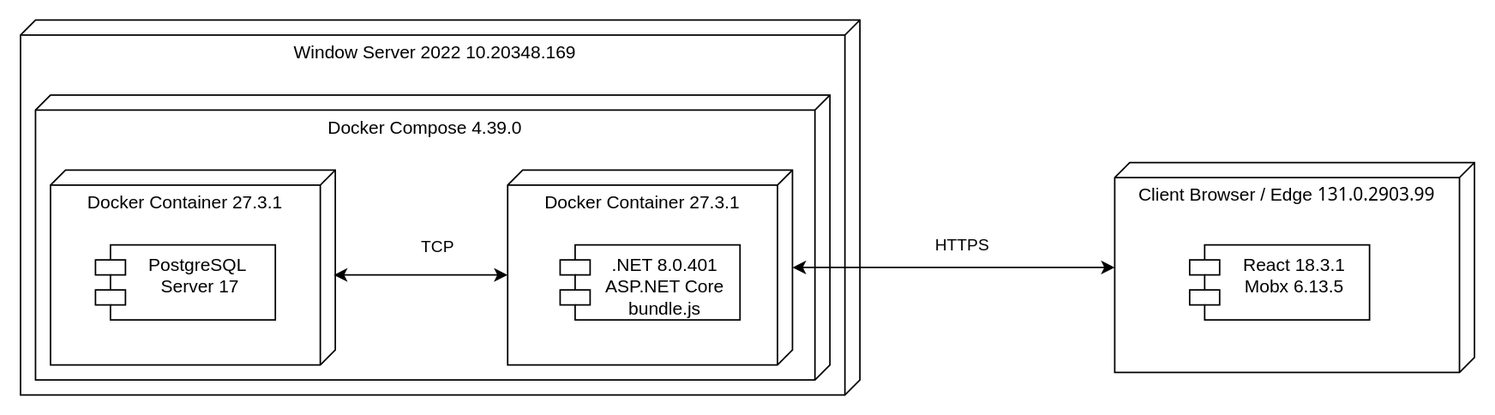
This is DEPLOY.drawio.svg from DioMain/BYTUBE, a draw.io export, as it was before one commit. Source tidied: cells renumbered, new cells last; positions are measured from the earlier drawing's top-left corner, leaving out a move shared by most shapes.
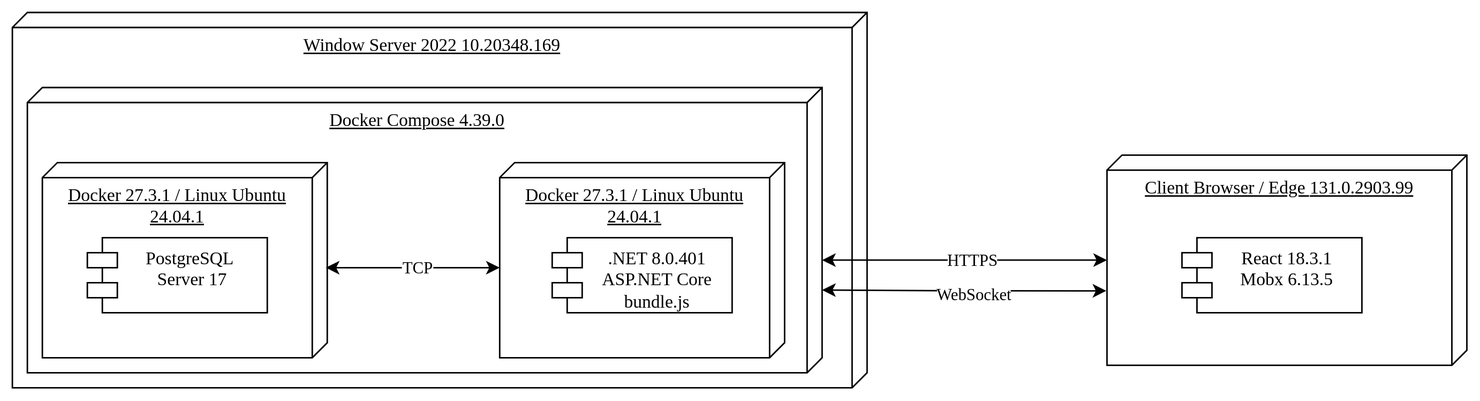
Later version of the same file.

Diff of the diagram source:
```diff
@@ -2,38 +2,43 @@
   <root>
     <mxCell id="0" />
     <mxCell id="1" parent="0" />
-    <mxCell id="2" value="&lt;div style=&quot;&quot;&gt;&amp;nbsp;Window Server 2022 10.20348.169&lt;/div&gt;" style="verticalAlign=top;align=center;spacingTop=8;spacingLeft=2;spacingRight=12;shape=cube;size=10;direction=south;fontStyle=0;html=1;whiteSpace=wrap;" parent="1" vertex="1">
-      <mxGeometry width="560" height="250" as="geometry" />
+    <mxCell id="2" value="&lt;div style=&quot;&quot;&gt;&lt;font face=&quot;Times New Roman&quot;&gt;Window Server 2022 10.20348.169&lt;/font&gt;&lt;/div&gt;" style="verticalAlign=top;align=center;spacingTop=8;spacingLeft=2;spacingRight=12;shape=cube;size=10;direction=south;fontStyle=4;html=1;whiteSpace=wrap;" parent="1" vertex="1">
+      <mxGeometry width="570" height="250" as="geometry" />
     </mxCell>
-    <mxCell id="3" value="&lt;div style=&quot;&quot;&gt;Docker Compose 4.39.0&lt;br&gt;&lt;/div&gt;" style="verticalAlign=top;align=center;spacingTop=8;spacingLeft=2;spacingRight=12;shape=cube;size=10;direction=south;fontStyle=0;html=1;whiteSpace=wrap;" parent="1" vertex="1">
+    <mxCell id="3" value="&lt;div style=&quot;&quot;&gt;&lt;font face=&quot;Times New Roman&quot;&gt;Docker Compose 4.39.0&lt;/font&gt;&lt;br&gt;&lt;/div&gt;" style="verticalAlign=top;align=center;spacingTop=8;spacingLeft=2;spacingRight=12;shape=cube;size=10;direction=south;fontStyle=4;html=1;whiteSpace=wrap;" parent="1" vertex="1">
       <mxGeometry x="10" y="50" width="530" height="190" as="geometry" />
     </mxCell>
-    <mxCell id="4" value="&lt;div style=&quot;&quot;&gt;Docker Container 27.3.1&lt;/div&gt;&lt;div style=&quot;&quot;&gt;&lt;br&gt;&lt;/div&gt;" style="verticalAlign=top;align=center;spacingTop=8;spacingLeft=2;spacingRight=12;shape=cube;size=10;direction=south;fontStyle=0;html=1;whiteSpace=wrap;" parent="1" vertex="1">
+    <mxCell id="4" value="&lt;div style=&quot;&quot;&gt;&lt;font face=&quot;Times New Roman&quot;&gt;Docker 27.3.1 / Linux Ubuntu 24.04.1&lt;/font&gt;&lt;/div&gt;&lt;div style=&quot;&quot;&gt;&lt;br&gt;&lt;/div&gt;" style="verticalAlign=top;align=center;spacingTop=8;spacingLeft=2;spacingRight=12;shape=cube;size=10;direction=south;fontStyle=4;html=1;whiteSpace=wrap;" parent="1" vertex="1">
       <mxGeometry x="20" y="100" width="190" height="130" as="geometry" />
     </mxCell>
-    <mxCell id="5" value="PostgreSQL&amp;nbsp;&lt;div&gt;Server 17&lt;/div&gt;" style="shape=module;align=left;spacingLeft=20;align=center;verticalAlign=top;whiteSpace=wrap;html=1;" parent="1" vertex="1">
+    <mxCell id="5" value="&lt;font face=&quot;Times New Roman&quot;&gt;PostgreSQL&amp;nbsp;&lt;/font&gt;&lt;div&gt;&lt;font face=&quot;PsWC1AURi9-9PKMxuaQ1&quot;&gt;Server 17&lt;/font&gt;&lt;/div&gt;" style="shape=module;align=left;spacingLeft=20;align=center;verticalAlign=top;whiteSpace=wrap;html=1;" parent="1" vertex="1">
       <mxGeometry x="50" y="150" width="120" height="50" as="geometry" />
     </mxCell>
-    <mxCell id="6" value="&lt;div style=&quot;&quot;&gt;Docker Container 27.3.1&lt;br&gt;&lt;/div&gt;" style="verticalAlign=top;align=center;spacingTop=8;spacingLeft=2;spacingRight=12;shape=cube;size=10;direction=south;fontStyle=0;html=1;whiteSpace=wrap;" parent="1" vertex="1">
+    <mxCell id="6" value="&lt;div style=&quot;&quot;&gt;&lt;span style=&quot;font-family: &amp;quot;Times New Roman&amp;quot;;&quot;&gt;Docker 27.3.1 / Linux Ubuntu 24.04.1&lt;/span&gt;&lt;br&gt;&lt;/div&gt;" style="verticalAlign=top;align=center;spacingTop=8;spacingLeft=2;spacingRight=12;shape=cube;size=10;direction=south;fontStyle=4;html=1;whiteSpace=wrap;" parent="1" vertex="1">
       <mxGeometry x="325" y="100" width="190" height="130" as="geometry" />
     </mxCell>
-    <mxCell id="7" value=".NET 8.0.401&lt;div&gt;ASP.NET Core&lt;br&gt;bundle.js&lt;br&gt;&lt;/div&gt;" style="shape=module;align=left;spacingLeft=20;align=center;verticalAlign=top;whiteSpace=wrap;html=1;" parent="1" vertex="1">
+    <mxCell id="7" value="&lt;font face=&quot;Times New Roman&quot;&gt;.NET 8.0.401&lt;/font&gt;&lt;div&gt;&lt;font face=&quot;_Fa3z_QzgGxzjxVkz4UR&quot;&gt;ASP.NET Core&lt;br&gt;bundle.js&lt;/font&gt;&lt;br&gt;&lt;/div&gt;" style="shape=module;align=left;spacingLeft=20;align=center;verticalAlign=top;whiteSpace=wrap;html=1;" parent="1" vertex="1">
       <mxGeometry x="360" y="150" width="120" height="50" as="geometry" />
     </mxCell>
-    <mxCell id="8" value="TCP" style="edgeStyle=orthogonalEdgeStyle;rounded=0;jettySize=auto;html=1;exitX=0;exitY=0;exitDx=70;exitDy=190;exitPerimeter=0;startArrow=classic;startFill=1;" parent="1" edge="1" source="6">
-      <mxGeometry x="-0.01" y="-10" relative="1" as="geometry">
+    <mxCell id="8" value="TCP" style="edgeStyle=orthogonalEdgeStyle;rounded=0;jettySize=auto;html=1;exitX=0;exitY=0;exitDx=70;exitDy=190;exitPerimeter=0;startArrow=classic;startFill=1;fontFamily=Times New Roman;" parent="1" edge="1" source="6">
+      <mxGeometry x="-0.06" relative="1" as="geometry">
         <mxPoint x="209" y="170" as="targetPoint" />
-        <mxPoint x="10" y="-10" as="offset" />
       </mxGeometry>
     </mxCell>
-    <mxCell id="9" value="&lt;div style=&quot;&quot;&gt;Client Browser / Edge&amp;nbsp;&lt;span style=&quot;font-family: &amp;quot;system-ui&amp;quot;, sans-serif; text-align: start; background-color: rgb(255, 255, 255);&quot;&gt;131.0.2903.99&lt;/span&gt;&lt;/div&gt;" style="verticalAlign=top;align=center;spacingTop=8;spacingLeft=2;spacingRight=12;shape=cube;size=10;direction=south;fontStyle=0;html=1;whiteSpace=wrap;" parent="1" vertex="1">
+    <mxCell id="9" value="&lt;div style=&quot;&quot;&gt;Client Browser / Edge&amp;nbsp;&lt;span style=&quot;text-align: start; background-color: rgb(255, 255, 255);&quot;&gt;131.0.2903.99&lt;/span&gt;&lt;/div&gt;" style="verticalAlign=top;align=center;spacingTop=8;spacingLeft=2;spacingRight=12;shape=cube;size=10;direction=south;fontStyle=4;html=1;whiteSpace=wrap;fontFamily=Times New Roman;" parent="1" vertex="1">
       <mxGeometry x="730" y="95" width="240" height="140" as="geometry" />
     </mxCell>
-    <mxCell id="10" value="React 18.3.1&lt;div&gt;Mobx 6.13.5&lt;/div&gt;" style="shape=module;align=left;spacingLeft=20;align=center;verticalAlign=top;whiteSpace=wrap;html=1;" parent="1" vertex="1">
+    <mxCell id="10" value="React 18.3.1&lt;div&gt;Mobx 6.13.5&lt;/div&gt;" style="shape=module;align=left;spacingLeft=20;align=center;verticalAlign=top;whiteSpace=wrap;html=1;fontFamily=Times New Roman;" parent="1" vertex="1">
       <mxGeometry x="780" y="150" width="120" height="50" as="geometry" />
     </mxCell>
-    <mxCell id="11" value="HTTPS" style="edgeStyle=orthogonalEdgeStyle;shape=connector;rounded=0;jettySize=auto;html=1;strokeColor=default;align=center;verticalAlign=middle;fontFamily=Helvetica;fontSize=11;fontColor=default;labelBackgroundColor=default;startArrow=classic;startFill=1;endArrow=classic;" parent="1" edge="1" source="6" target="9">
-      <mxGeometry x="0.05" y="15" relative="1" as="geometry" />
+    <mxCell id="11" value="HTTPS" style="edgeStyle=orthogonalEdgeStyle;shape=connector;rounded=0;jettySize=auto;html=1;strokeColor=default;align=center;verticalAlign=middle;fontFamily=Times New Roman;fontSize=11;fontColor=default;labelBackgroundColor=default;startArrow=classic;startFill=1;endArrow=classic;exitX=0.605;exitY=0;exitDx=0;exitDy=0;exitPerimeter=0;" parent="1" edge="1" source="3" target="9">
+      <mxGeometry x="0.05" relative="1" as="geometry" />
     </mxCell>
+    <mxCell id="12" style="edgeStyle=orthogonalEdgeStyle;shape=connector;rounded=0;jettySize=auto;html=1;exitX=0.646;exitY=1.002;exitDx=0;exitDy=0;exitPerimeter=0;entryX=0.71;entryY=0;entryDx=0;entryDy=0;entryPerimeter=0;strokeColor=default;align=center;verticalAlign=middle;fontFamily=Helvetica;fontSize=11;fontColor=default;labelBackgroundColor=default;startArrow=classic;startFill=1;endArrow=classic;" parent="1" edge="1" source="9" target="3">
+      <mxGeometry relative="1" as="geometry" />
+    </mxCell>
+    <mxCell id="13" value="WebSocket" style="edgeLabel;html=1;align=center;verticalAlign=middle;fontFamily=Times New Roman;fontSize=11;fontColor=default;labelBackgroundColor=default;" parent="12" vertex="1">
+      <mxGeometry x="-0.06" y="2" relative="1" as="geometry" />
+    </mxCell>
   </root>
 </mxGraphModel>
```
